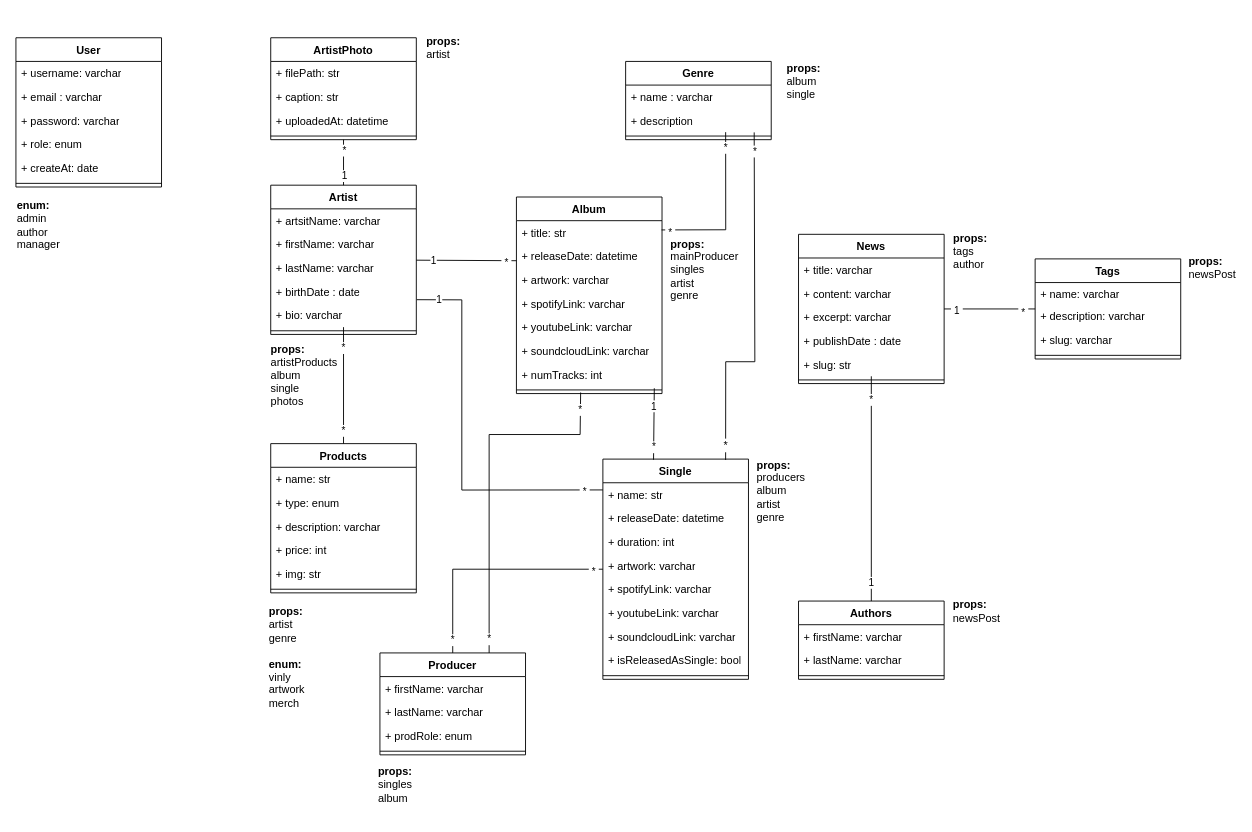
The draw.io diagram page "UML" (1 of 2) of doc/Miserecord.drawio in Dvles/miserecord, before the edit. Source tidied: cells renumbered, new cells numbered last; positions are measured from the earlier drawing's top-left corner, leaving out a move shared by most shapes. Both pictures are drawn from the tidied source at 91%, with x=0, y=0 at pixel (15, 15).
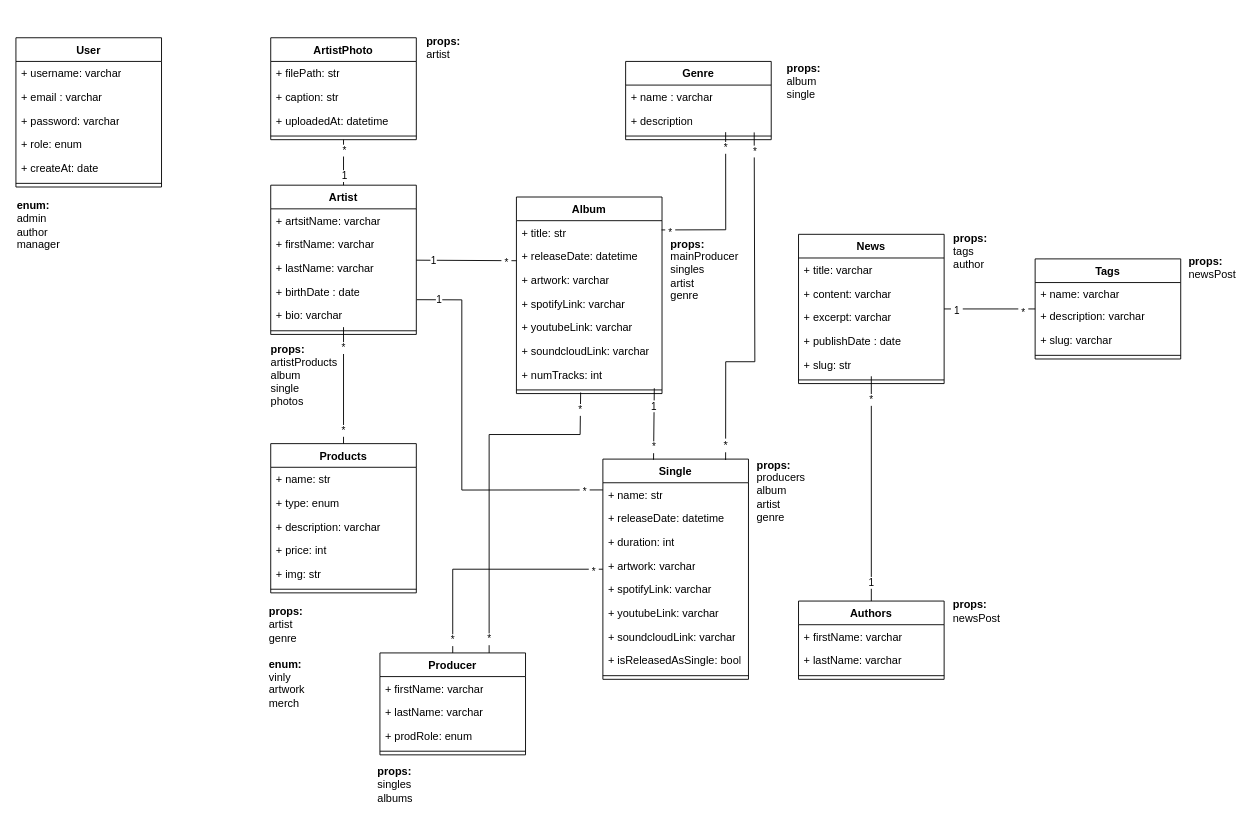
Above is the later version.

Commit message (it also covers changes not shown here):
Update entity Producter with ManyToMany relationship to Album & Single + uml property name update

Change to the diagram source:
```diff
@@
-    <mxCell id="107" value="&lt;div align=&quot;left&quot;&gt;&lt;b&gt;props:&lt;/b&gt;&lt;br&gt;singles&lt;br&gt;album&lt;br&gt;&lt;/div&gt;" style="text;strokeColor=none;align=center;fillColor=none;html=1;verticalAlign=middle;whiteSpace=wrap;rounded=0;" parent="1" vertex="1">
+    <mxCell id="107" value="&lt;div align=&quot;left&quot;&gt;&lt;b&gt;props:&lt;/b&gt;&lt;br&gt;singles&lt;br&gt;albums&lt;br&gt;&lt;/div&gt;" style="text;strokeColor=none;align=center;fillColor=none;html=1;verticalAlign=middle;whiteSpace=wrap;rounded=0;" parent="1" vertex="1">
       <mxGeometry x="367" y="810" width="100" height="70" as="geometry" />
     </mxCell>
```
